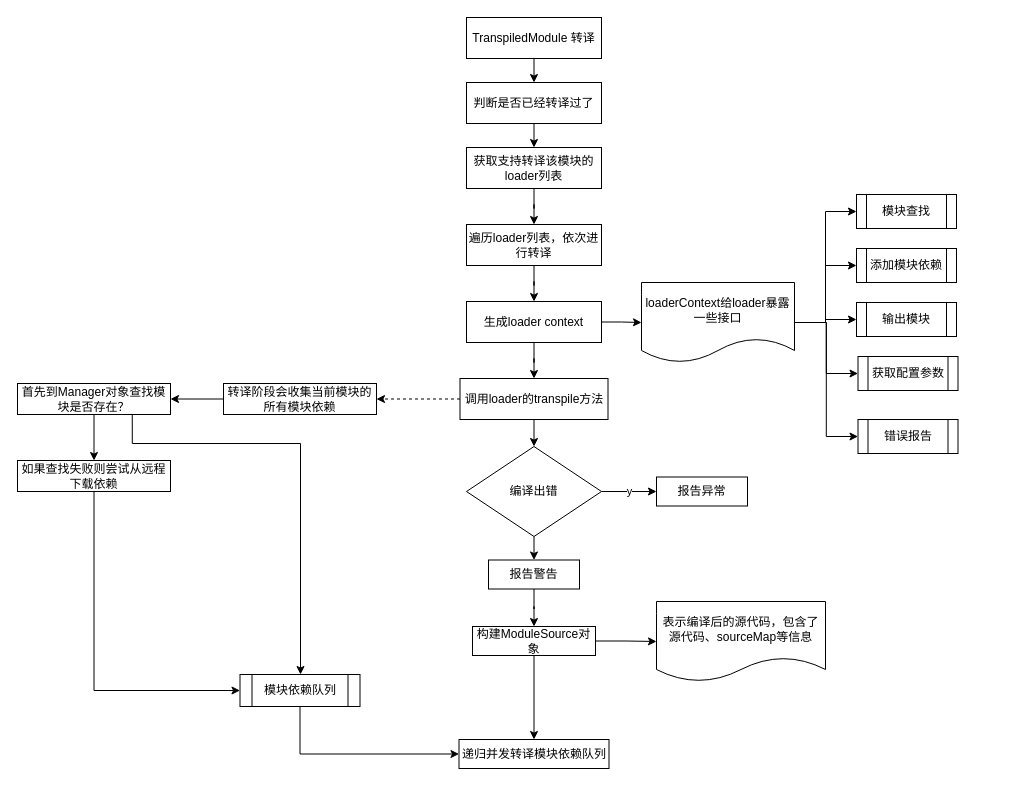
This is page "转译过程" (6 of 11) of source/_posts/drawio/codesandbox.drawio from ivan-94/bobi.ink, a draw.io file, before an edit. Source tidied: cells renumbered, new cells numbered last; positions are measured from the earlier drawing's top-left corner, leaving out a move shared by most shapes. Both pictures are drawn from the tidied source at 100%, with x=0, y=0 at pixel (17, 17).
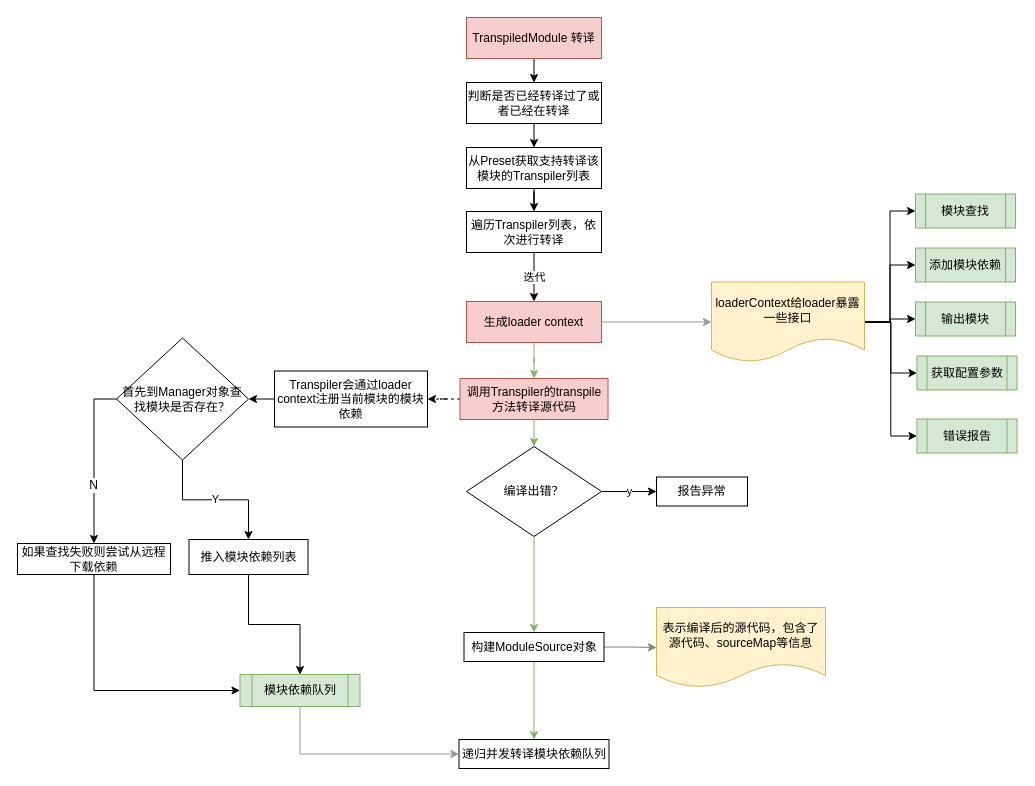
The same diagram, later.

Commit message (it also covers changes not shown here):
feat: codesandbox transpiled-module

The change refers to these unchanged cells:
```xml
<mxCell id="46" value="递归并发转译模块依赖队列" style="rounded=0;whiteSpace=wrap;html=1;" parent="1" vertex="1">
  <mxGeometry x="441.5" y="722" width="150" height="29" as="geometry" />
</mxCell>
```

The edit, as a diff of the source:
```diff
@@
-    <mxCell id="3" value="TranspiledModule 转译" style="rounded=0;whiteSpace=wrap;html=1;" parent="1" vertex="1">
+    <mxCell id="3" value="TranspiledModule 转译" style="rounded=0;whiteSpace=wrap;html=1;fillColor=#f8cecc;strokeColor=#b85450;" parent="1" vertex="1">
       <mxGeometry x="449" width="135" height="41" as="geometry" />
     </mxCell>
@@
-    <mxCell id="5" value="获取支持转译该模块的loader列表" style="rounded=0;whiteSpace=wrap;html=1;" parent="1" vertex="1">
+    <mxCell id="5" value="从Preset获取支持转译该模块的Transpiler列表" style="rounded=0;whiteSpace=wrap;html=1;" parent="1" vertex="1">
       <mxGeometry x="449" y="130" width="135" height="41" as="geometry" />
     </mxCell>
@@
-    <mxCell id="7" value="判断是否已经转译过了" style="rounded=0;whiteSpace=wrap;html=1;" parent="1" vertex="1">
+    <mxCell id="7" value="判断是否已经转译过了或者已经在转译" style="rounded=0;whiteSpace=wrap;html=1;" parent="1" vertex="1">
       <mxGeometry x="449" y="65" width="135" height="41" as="geometry" />
     </mxCell>
-    <mxCell id="8" style="edgeStyle=orthogonalEdgeStyle;rounded=0;jettySize=auto;html=1;exitX=0.5;exitY=1;exitDx=0;exitDy=0;" parent="1" edge="1" source="9" target="12">
+    <mxCell id="8" value="迭代" style="edgeStyle=orthogonalEdgeStyle;rounded=0;jettySize=auto;html=1;exitX=0.5;exitY=1;exitDx=0;exitDy=0;" parent="1" edge="1" source="9" target="12">
       <mxGeometry relative="1" as="geometry" />
     </mxCell>
-    <mxCell id="9" value="遍历loader列表，依次进行转译" style="rounded=0;whiteSpace=wrap;html=1;" parent="1" vertex="1">
-      <mxGeometry x="449" y="207" width="135" height="41" as="geometry" />
+    <mxCell id="9" value="遍历Transpiler列表，依次进行转译" style="rounded=0;whiteSpace=wrap;html=1;" parent="1" vertex="1">
+      <mxGeometry x="449" y="194" width="135" height="41" as="geometry" />
     </mxCell>
-    <mxCell id="10" style="edgeStyle=orthogonalEdgeStyle;rounded=0;jettySize=auto;html=1;exitX=1;exitY=0.5;exitDx=0;exitDy=0;" parent="1" edge="1" source="12" target="18">
+    <mxCell id="10" style="edgeStyle=orthogonalEdgeStyle;rounded=0;jettySize=auto;html=1;exitX=1;exitY=0.5;exitDx=0;exitDy=0;strokeColor=#999999;" parent="1" edge="1" source="12" target="18">
       <mxGeometry relative="1" as="geometry" />
     </mxCell>
-    <mxCell id="11" style="edgeStyle=orthogonalEdgeStyle;rounded=0;jettySize=auto;html=1;exitX=0.5;exitY=1;exitDx=0;exitDy=0;" parent="1" edge="1" source="12" target="21">
+    <mxCell id="11" style="edgeStyle=orthogonalEdgeStyle;rounded=0;jettySize=auto;html=1;exitX=0.5;exitY=1;exitDx=0;exitDy=0;fillColor=#d5e8d4;strokeColor=#82b366;" parent="1" edge="1" source="12" target="21">
       <mxGeometry relative="1" as="geometry" />
     </mxCell>
-    <mxCell id="12" value="生成loader context" style="rounded=0;whiteSpace=wrap;html=1;" parent="1" vertex="1">
+    <mxCell id="12" value="生成loader context" style="rounded=0;whiteSpace=wrap;html=1;fillColor=#f8cecc;strokeColor=#b85450;" parent="1" vertex="1">
       <mxGeometry x="449" y="284" width="135" height="41" as="geometry" />
     </mxCell>
@@
-    <mxCell id="18" value="loaderContext给loader暴露一些接口" style="shape=document;whiteSpace=wrap;html=1;boundedLbl=1;" parent="1" vertex="1">
-      <mxGeometry x="624" y="265" width="153" height="80" as="geometry" />
+    <mxCell id="18" value="loaderContext给loader暴露一些接口" style="shape=document;whiteSpace=wrap;html=1;boundedLbl=1;fillColor=#fff2cc;strokeColor=#d6b656;" parent="1" vertex="1">
+      <mxGeometry x="694" y="264.5" width="153" height="80" as="geometry" />
     </mxCell>
-    <mxCell id="19" style="edgeStyle=orthogonalEdgeStyle;rounded=0;jettySize=auto;html=1;exitX=0.5;exitY=1;exitDx=0;exitDy=0;entryX=0.5;entryY=0;entryDx=0;entryDy=0;" parent="1" edge="1" source="21" target="29">
+    <mxCell id="19" style="edgeStyle=orthogonalEdgeStyle;rounded=0;jettySize=auto;html=1;exitX=0.5;exitY=1;exitDx=0;exitDy=0;entryX=0.5;entryY=0;entryDx=0;entryDy=0;fillColor=#d5e8d4;strokeColor=#82b366;" parent="1" edge="1" source="21" target="29">
       <mxGeometry relative="1" as="geometry" />
     </mxCell>
@@
-    <mxCell id="21" value="调用loader的transpile方法" style="rounded=0;whiteSpace=wrap;html=1;" parent="1" vertex="1">
+    <mxCell id="21" value="调用Transpiler的transpile方法转译源代码" style="rounded=0;whiteSpace=wrap;html=1;fillColor=#f8cecc;strokeColor=#b85450;" parent="1" vertex="1">
       <mxGeometry x="442.5" y="361" width="148" height="41" as="geometry" />
     </mxCell>
-    <mxCell id="22" value="模块查找" style="shape=process;whiteSpace=wrap;html=1;backgroundOutline=1;" parent="1" vertex="1">
-      <mxGeometry x="839" y="177" width="100" height="34" as="geometry" />
+    <mxCell id="22" value="模块查找" style="shape=process;whiteSpace=wrap;html=1;backgroundOutline=1;fillColor=#d5e8d4;strokeColor=#82b366;" parent="1" vertex="1">
+      <mxGeometry x="898" y="176.5" width="100" height="34" as="geometry" />
     </mxCell>
-    <mxCell id="23" value="添加模块依赖" style="shape=process;whiteSpace=wrap;html=1;backgroundOutline=1;" parent="1" vertex="1">
-      <mxGeometry x="839" y="231" width="100" height="34" as="geometry" />
+    <mxCell id="23" value="添加模块依赖" style="shape=process;whiteSpace=wrap;html=1;backgroundOutline=1;fillColor=#d5e8d4;strokeColor=#82b366;" parent="1" vertex="1">
+      <mxGeometry x="898" y="230.5" width="100" height="34" as="geometry" />
     </mxCell>
-    <mxCell id="24" value="输出模块" style="shape=process;whiteSpace=wrap;html=1;backgroundOutline=1;" parent="1" vertex="1">
-      <mxGeometry x="839" y="285" width="100" height="34" as="geometry" />
+    <mxCell id="24" value="输出模块" style="shape=process;whiteSpace=wrap;html=1;backgroundOutline=1;fillColor=#d5e8d4;strokeColor=#82b366;" parent="1" vertex="1">
+      <mxGeometry x="898" y="284.5" width="100" height="34" as="geometry" />
     </mxCell>
-    <mxCell id="25" value="获取配置参数" style="shape=process;whiteSpace=wrap;html=1;backgroundOutline=1;" parent="1" vertex="1">
-      <mxGeometry x="840.5" y="339" width="100" height="34" as="geometry" />
+    <mxCell id="25" value="获取配置参数" style="shape=process;whiteSpace=wrap;html=1;backgroundOutline=1;fillColor=#d5e8d4;strokeColor=#82b366;" parent="1" vertex="1">
+      <mxGeometry x="899.5" y="338.5" width="100" height="34" as="geometry" />
     </mxCell>
-    <mxCell id="26" value="错误报告" style="shape=process;whiteSpace=wrap;html=1;backgroundOutline=1;" parent="1" vertex="1">
-      <mxGeometry x="840.5" y="402" width="100" height="34" as="geometry" />
+    <mxCell id="26" value="错误报告" style="shape=process;whiteSpace=wrap;html=1;backgroundOutline=1;fillColor=#d5e8d4;strokeColor=#82b366;" parent="1" vertex="1">
+      <mxGeometry x="899.5" y="401.5" width="100" height="34" as="geometry" />
     </mxCell>
@@
-    <mxCell id="28" style="edgeStyle=orthogonalEdgeStyle;rounded=0;jettySize=auto;html=1;exitX=0.5;exitY=1;exitDx=0;exitDy=0;entryX=0.5;entryY=0;entryDx=0;entryDy=0;" parent="1" edge="1" source="29" target="32">
-      <mxGeometry relative="1" as="geometry" />
-    </mxCell>
-    <mxCell id="29" value="编译出错" style="rhombus;whiteSpace=wrap;html=1;" parent="1" vertex="1">
+    <mxCell id="29" value="编译出错？" style="rhombus;whiteSpace=wrap;html=1;" parent="1" vertex="1">
       <mxGeometry x="449" y="429" width="135" height="90" as="geometry" />
     </mxCell>
@@
-    <mxCell id="31" style="edgeStyle=orthogonalEdgeStyle;rounded=0;jettySize=auto;html=1;exitX=0.5;exitY=1;exitDx=0;exitDy=0;" parent="1" edge="1" source="32" target="35">
+    <mxCell id="31" style="edgeStyle=orthogonalEdgeStyle;rounded=0;jettySize=auto;html=1;exitX=0.5;exitY=1;exitDx=0;exitDy=0;fillColor=#d5e8d4;strokeColor=#82b366;" parent="1" edge="1" source="29" target="35">
       <mxGeometry relative="1" as="geometry" />
     </mxCell>
-    <mxCell id="32" value="报告警告" style="rounded=0;whiteSpace=wrap;html=1;" parent="1" vertex="1">
-      <mxGeometry x="471" y="542.5" width="91" height="29" as="geometry" />
-    </mxCell>
-    <mxCell id="33" style="edgeStyle=orthogonalEdgeStyle;rounded=0;jettySize=auto;html=1;exitX=1;exitY=0.5;exitDx=0;exitDy=0;" parent="1" edge="1" source="35" target="36">
+    <mxCell id="33" style="edgeStyle=orthogonalEdgeStyle;rounded=0;jettySize=auto;html=1;exitX=1;exitY=0.5;exitDx=0;exitDy=0;strokeColor=#808080;" parent="1" edge="1" source="35" target="36">
       <mxGeometry relative="1" as="geometry" />
     </mxCell>
-    <mxCell id="34" style="edgeStyle=orthogonalEdgeStyle;rounded=0;jettySize=auto;html=1;exitX=0.5;exitY=1;exitDx=0;exitDy=0;" parent="1" edge="1" source="35" target="46">
+    <mxCell id="34" style="edgeStyle=orthogonalEdgeStyle;rounded=0;jettySize=auto;html=1;exitX=0.5;exitY=1;exitDx=0;exitDy=0;fillColor=#d5e8d4;strokeColor=#82b366;" parent="1" edge="1" source="35" target="46">
       <mxGeometry relative="1" as="geometry" />
     </mxCell>
     <mxCell id="35" value="构建ModuleSource对象" style="rounded=0;whiteSpace=wrap;html=1;" parent="1" vertex="1">
-      <mxGeometry x="455" y="609" width="123" height="29" as="geometry" />
+      <mxGeometry x="446.5" y="615" width="140" height="29" as="geometry" />
     </mxCell>
-    <mxCell id="36" value="表示编译后的源代码，包含了源代码、sourceMap等信息" style="shape=document;whiteSpace=wrap;html=1;boundedLbl=1;" parent="1" vertex="1">
-      <mxGeometry x="639" y="584" width="169" height="80" as="geometry" />
+    <mxCell id="36" value="表示编译后的源代码，包含了源代码、sourceMap等信息" style="shape=document;whiteSpace=wrap;html=1;boundedLbl=1;fillColor=#fff2cc;strokeColor=#d6b656;" parent="1" vertex="1">
+      <mxGeometry x="639" y="590" width="169" height="80" as="geometry" />
     </mxCell>
-    <mxCell id="37" style="edgeStyle=orthogonalEdgeStyle;rounded=0;jettySize=auto;html=1;exitX=0.75;exitY=1;exitDx=0;exitDy=0;" parent="1" edge="1" source="43" target="41">
-      <mxGeometry relative="1" as="geometry">
-        <Array as="points">
-          <mxPoint x="115" y="426" />
-          <mxPoint x="283" y="426" />
-        </Array>
-      </mxGeometry>
-    </mxCell>
-    <mxCell id="38" style="edgeStyle=orthogonalEdgeStyle;rounded=0;jettySize=auto;html=1;exitX=0;exitY=0.5;exitDx=0;exitDy=0;" parent="1" edge="1" source="39" target="43">
+    <mxCell id="38" style="edgeStyle=orthogonalEdgeStyle;rounded=0;jettySize=auto;html=1;exitX=0;exitY=0.5;exitDx=0;exitDy=0;entryX=1;entryY=0.5;entryDx=0;entryDy=0;" parent="1" edge="1" source="39" target="43">
       <mxGeometry relative="1" as="geometry" />
     </mxCell>
-    <mxCell id="39" value="转译阶段会收集当前模块的所有模块依赖" style="rounded=0;whiteSpace=wrap;html=1;" parent="1" vertex="1">
-      <mxGeometry x="206" y="366" width="153" height="31" as="geometry" />
+    <mxCell id="39" value="Transpiler会通过loader context注册当前模块的模块依赖" style="rounded=0;whiteSpace=wrap;html=1;" parent="1" vertex="1">
+      <mxGeometry x="257" y="353.5" width="153" height="56" as="geometry" />
     </mxCell>
-    <mxCell id="40" style="edgeStyle=orthogonalEdgeStyle;rounded=0;jettySize=auto;html=1;exitX=0.5;exitY=1;exitDx=0;exitDy=0;entryX=0;entryY=0.5;entryDx=0;entryDy=0;" parent="1" edge="1" source="41" target="46">
+    <mxCell id="40" style="edgeStyle=orthogonalEdgeStyle;rounded=0;jettySize=auto;html=1;exitX=0.5;exitY=1;exitDx=0;exitDy=0;entryX=0;entryY=0.5;entryDx=0;entryDy=0;fillColor=#f5f5f5;strokeColor=#999999;" parent="1" edge="1" source="41" target="46">
       <mxGeometry relative="1" as="geometry" />
     </mxCell>
-    <mxCell id="41" value="模块依赖队列" style="shape=process;whiteSpace=wrap;html=1;backgroundOutline=1;" parent="1" vertex="1">
+    <mxCell id="41" value="模块依赖队列" style="shape=process;whiteSpace=wrap;html=1;backgroundOutline=1;fillColor=#d5e8d4;strokeColor=#82b366;" parent="1" vertex="1">
       <mxGeometry x="222.5" y="657" width="120" height="32" as="geometry" />
     </mxCell>
-    <mxCell id="42" style="edgeStyle=orthogonalEdgeStyle;rounded=0;jettySize=auto;html=1;exitX=0.5;exitY=1;exitDx=0;exitDy=0;" parent="1" edge="1" source="43" target="45">
+    <mxCell id="42" style="edgeStyle=orthogonalEdgeStyle;rounded=0;jettySize=auto;html=1;exitX=0;exitY=0.5;exitDx=0;exitDy=0;" parent="1" edge="1" source="43" target="45">
       <mxGeometry relative="1" as="geometry" />
     </mxCell>
-    <mxCell id="43" value="首先到Manager对象查找模块是否存在？" style="rounded=0;whiteSpace=wrap;html=1;" parent="1" vertex="1">
-      <mxGeometry y="366" width="153" height="31" as="geometry" />
-    </mxCell>
+    <mxCell id="47" value="N" style="text;html=1;align=center;verticalAlign=middle;labelBackgroundColor=#ffffff;" parent="42" vertex="1">
+      <mxGeometry x="0.29" y="-1" relative="1" as="geometry" />
+    </mxCell>
@@
     <mxCell id="45" value="如果查找失败则尝试从远程下载依赖" style="rounded=0;whiteSpace=wrap;html=1;" parent="1" vertex="1">
-      <mxGeometry y="443" width="153" height="31" as="geometry" />
+      <mxGeometry y="526" width="153" height="31" as="geometry" />
     </mxCell>
@@
+    <mxCell id="48" value="Y" style="edgeStyle=orthogonalEdgeStyle;rounded=0;jettySize=auto;html=1;exitX=0.5;exitY=1;exitDx=0;exitDy=0;entryX=0.5;entryY=0;entryDx=0;entryDy=0;endArrow=classic;endFill=1;strokeColor=#000000;" parent="1" edge="1" source="43" target="50">
+      <mxGeometry relative="1" as="geometry" />
+    </mxCell>
+    <mxCell id="43" value="&lt;span&gt;首先到Manager对象查找模块是否存在？&lt;/span&gt;" style="rhombus;whiteSpace=wrap;html=1;" parent="1" vertex="1">
+      <mxGeometry x="99" y="320.5" width="132" height="122" as="geometry" />
+    </mxCell>
+    <mxCell id="49" style="edgeStyle=orthogonalEdgeStyle;rounded=0;jettySize=auto;html=1;exitX=0.5;exitY=1;exitDx=0;exitDy=0;endArrow=classic;endFill=1;strokeColor=#000000;" parent="1" edge="1" source="50" target="41">
+      <mxGeometry relative="1" as="geometry" />
+    </mxCell>
+    <mxCell id="50" value="推入模块依赖列表" style="rounded=0;whiteSpace=wrap;html=1;" parent="1" vertex="1">
+      <mxGeometry x="171.5" y="522" width="119" height="35" as="geometry" />
+    </mxCell>
```
